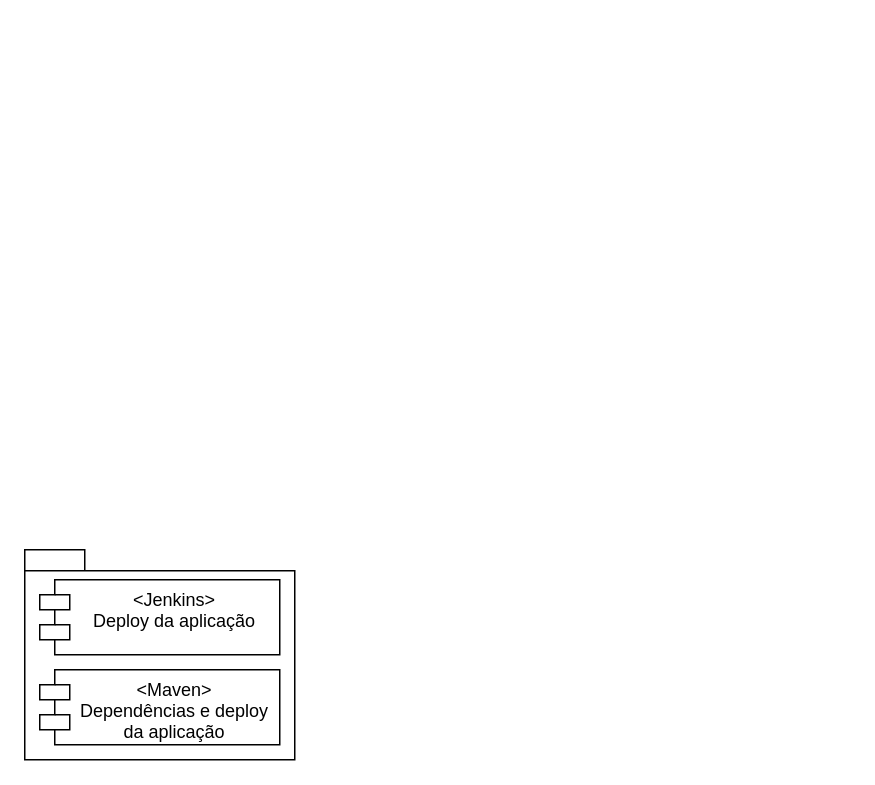
thallysfreed/arquitetura keeps this draw.io diagram as Diagrama de Componentes.drawio. Above is the earlier version. Source tidied: cells renumbered, new cells numbered last; positions are measured from the earlier drawing's top-left corner, leaving out a move shared by most shapes. Both pictures are drawn from the tidied source at 150%, with x=0, y=0 at pixel (24, 549).
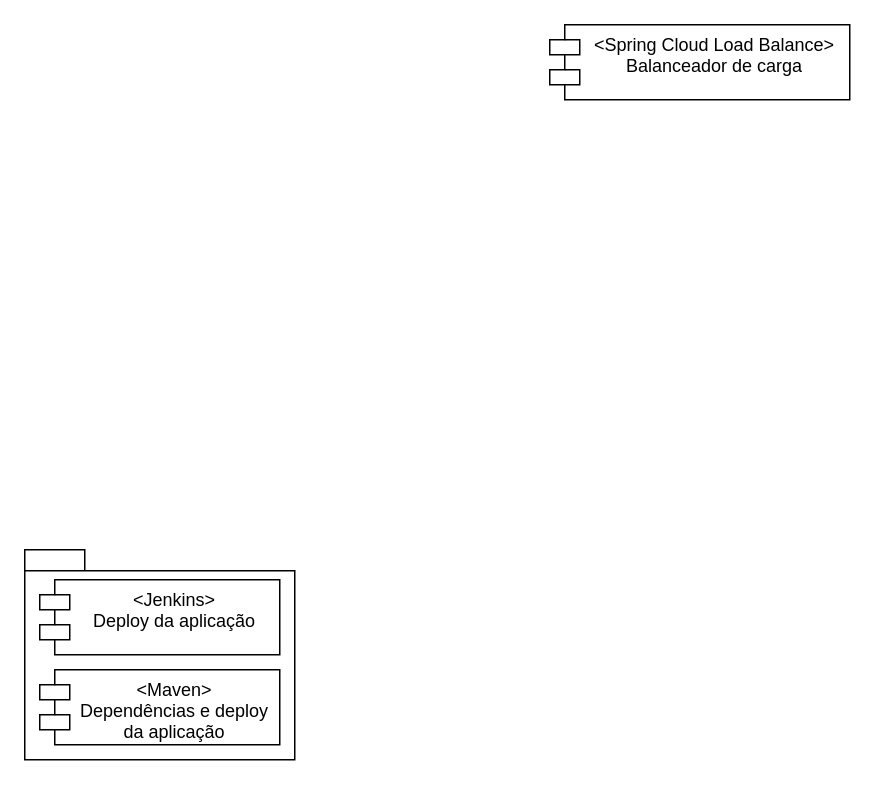
Above is the later version.

The edit, as a diff of the source:
```diff
@@
 <mxGraphModel>
   <root>
     <mxCell id="0" />
     <mxCell id="1" parent="0" />
     <mxCell id="2" style="shape=folder;fontStyle=1;spacingTop=10;tabWidth=40;tabHeight=14;tabPosition=left;html=1;" parent="1" vertex="1">
       <mxGeometry width="180" height="140" as="geometry" />
     </mxCell>
     <mxCell id="3" value="&lt;Jenkins&gt;&#10;Deploy da aplicação&#10;" style="shape=module;align=left;spacingLeft=20;align=center;verticalAlign=top;" parent="1" vertex="1">
       <mxGeometry x="10" y="20" width="160" height="50" as="geometry" />
     </mxCell>
     <mxCell id="4" value="&lt;Maven&gt;&#10;Dependências e deploy&#10;da aplicação" style="shape=module;align=left;spacingLeft=20;align=center;verticalAlign=top;" parent="1" vertex="1">
       <mxGeometry x="10" y="80" width="160" height="50" as="geometry" />
     </mxCell>
+    <mxCell id="5" value="&lt;Spring Cloud Load Balance&gt;&#10;Balanceador de carga" style="shape=module;align=left;spacingLeft=20;align=center;verticalAlign=top;" parent="1" vertex="1">
+      <mxGeometry x="350" y="-350" width="200" height="50" as="geometry" />
+    </mxCell>
   </root>
 </mxGraphModel>
```
